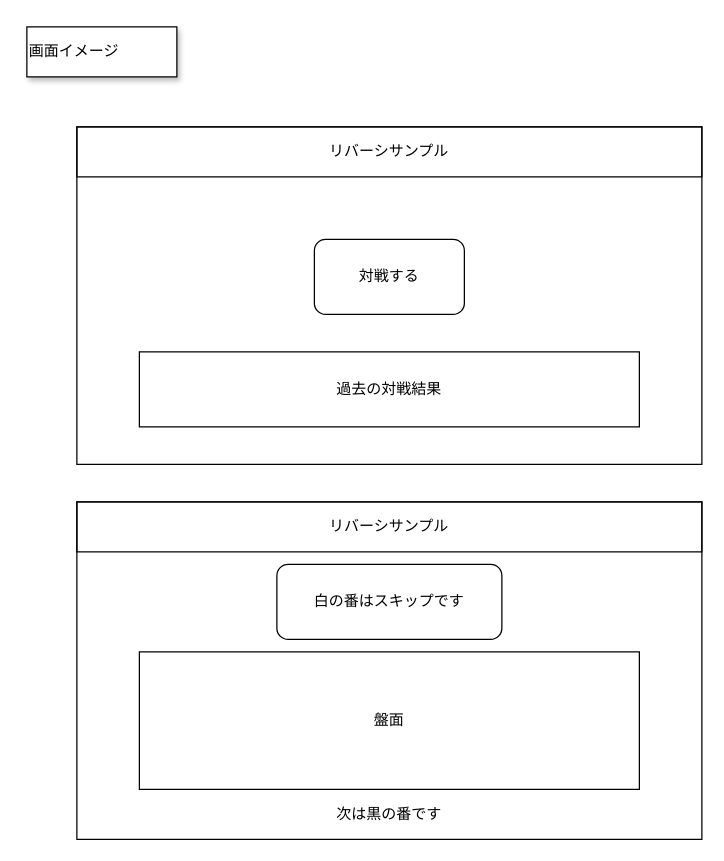
Before: Reversi/docs/50_ui.drawio in Gunj0/js-memo, a draw.io diagram. Source tidied: cells renumbered, new cells numbered last; positions are measured from the earlier drawing's top-left corner, leaving out a move shared by most shapes. Both pictures are drawn from the tidied source at 125%, with x=0, y=0 at pixel (26, 26).
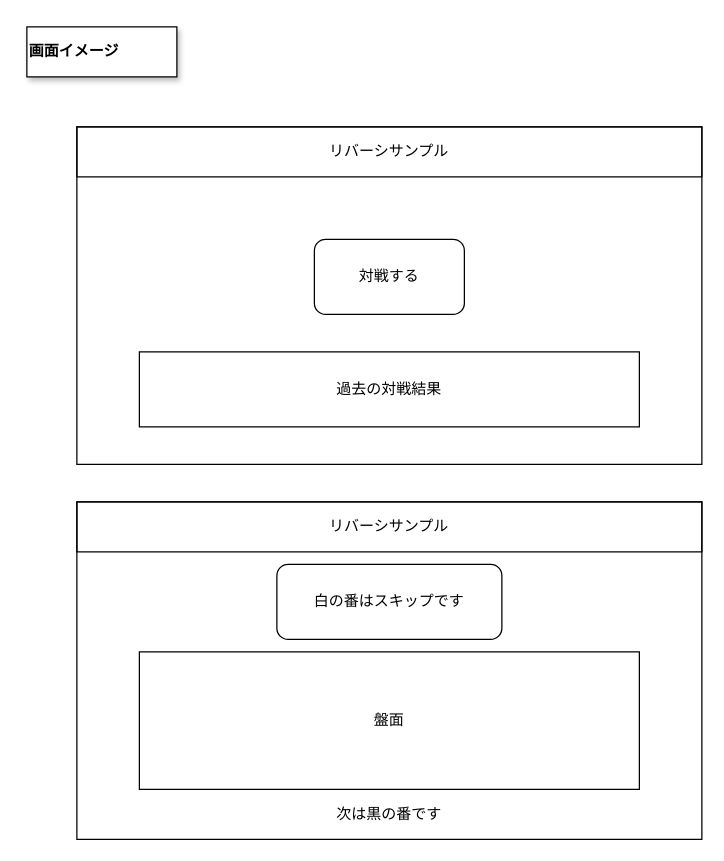
The same diagram, later.

The edit, as a diff of the source:
```diff
@@
 <mxGraphModel>
   <root>
     <mxCell id="0" />
     <mxCell id="1" parent="0" />
     <mxCell id="2" style="rounded=0;whiteSpace=wrap;html=1;fillColor=none;" parent="1" vertex="1">
       <mxGeometry x="40" y="80" width="500" height="270" as="geometry" />
     </mxCell>
     <mxCell id="3" value="リバーシサンプル" style="rounded=0;whiteSpace=wrap;html=1;fillColor=none;" parent="1" vertex="1">
       <mxGeometry x="40" y="80" width="500" height="40" as="geometry" />
     </mxCell>
     <mxCell id="4" value="対戦する" style="rounded=1;whiteSpace=wrap;html=1;fillColor=none;" parent="1" vertex="1">
       <mxGeometry x="230" y="170" width="120" height="60" as="geometry" />
     </mxCell>
-    <mxCell id="5" value="画面イメージ" style="rounded=0;whiteSpace=wrap;html=1;align=left;shadow=1;" parent="1" vertex="1">
+    <mxCell id="5" value="画面イメージ" style="rounded=0;whiteSpace=wrap;html=1;align=left;shadow=1;fontStyle=1;" parent="1" vertex="1">
       <mxGeometry width="120" height="40" as="geometry" />
     </mxCell>
     <mxCell id="6" value="過去の対戦結果" style="rounded=0;whiteSpace=wrap;html=1;fillColor=none;" parent="1" vertex="1">
       <mxGeometry x="90" y="260" width="400" height="60" as="geometry" />
     </mxCell>
     <mxCell id="7" style="rounded=0;whiteSpace=wrap;html=1;fillColor=none;" parent="1" vertex="1">
       <mxGeometry x="40" y="380" width="500" height="270" as="geometry" />
     </mxCell>
     <mxCell id="8" value="リバーシサンプル" style="rounded=0;whiteSpace=wrap;html=1;fillColor=none;" parent="1" vertex="1">
       <mxGeometry x="40" y="380" width="500" height="40" as="geometry" />
     </mxCell>
     <mxCell id="9" value="白の番はスキップです" style="rounded=1;whiteSpace=wrap;html=1;fillColor=none;" parent="1" vertex="1">
       <mxGeometry x="200" y="430" width="180" height="60" as="geometry" />
     </mxCell>
     <mxCell id="10" value="盤面" style="rounded=0;whiteSpace=wrap;html=1;fillColor=none;" parent="1" vertex="1">
       <mxGeometry x="90" y="500" width="400" height="110" as="geometry" />
     </mxCell>
     <mxCell id="11" value="次は黒の番です" style="rounded=0;whiteSpace=wrap;html=1;fillColor=none;strokeColor=none;" parent="1" vertex="1">
       <mxGeometry x="90" y="620" width="400" height="20" as="geometry" />
     </mxCell>
   </root>
 </mxGraphModel>
```
